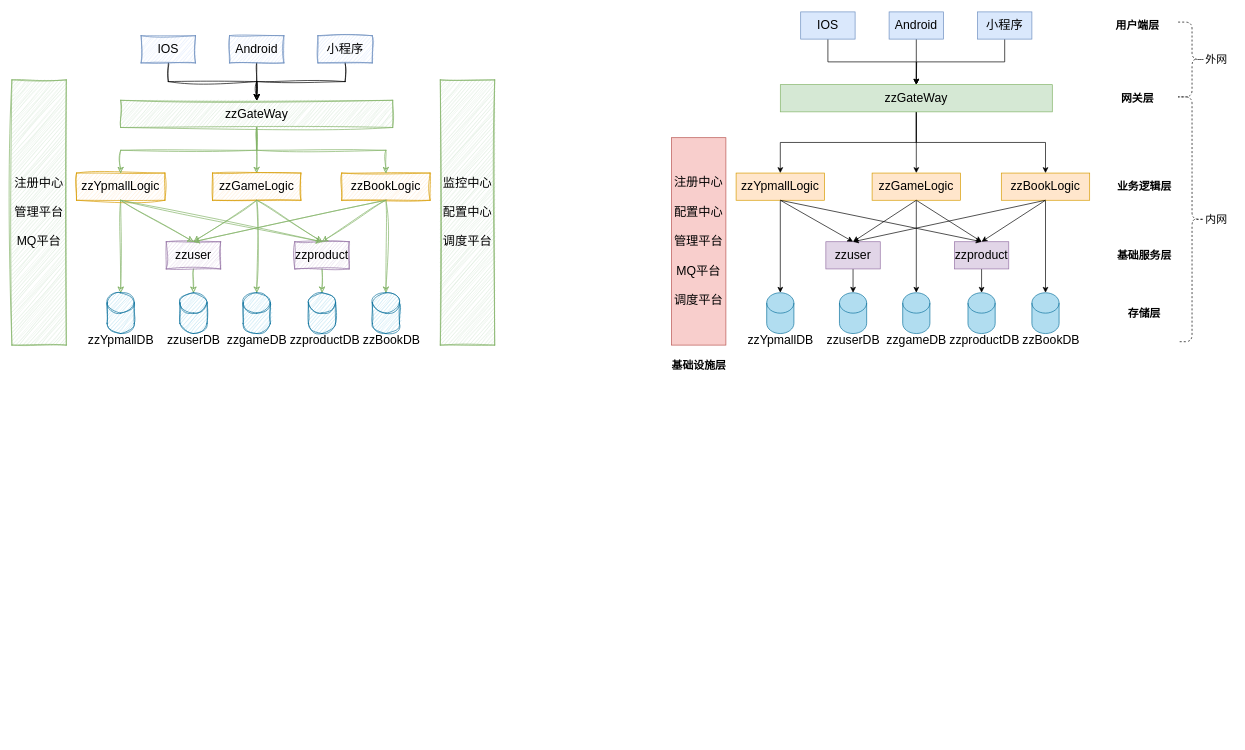
Earlier version of the draw.io diagram personal/duyunjie/系统架构.drawio (zhuanzhuan-tech/arch-draw-io). Source tidied: cells renumbered, new cells numbered last; positions are measured from the earlier drawing's top-left corner, leaving out a move shared by most shapes. Both pictures are drawn from the tidied source at 68%, with x=0, y=0 at pixel (12, 12).
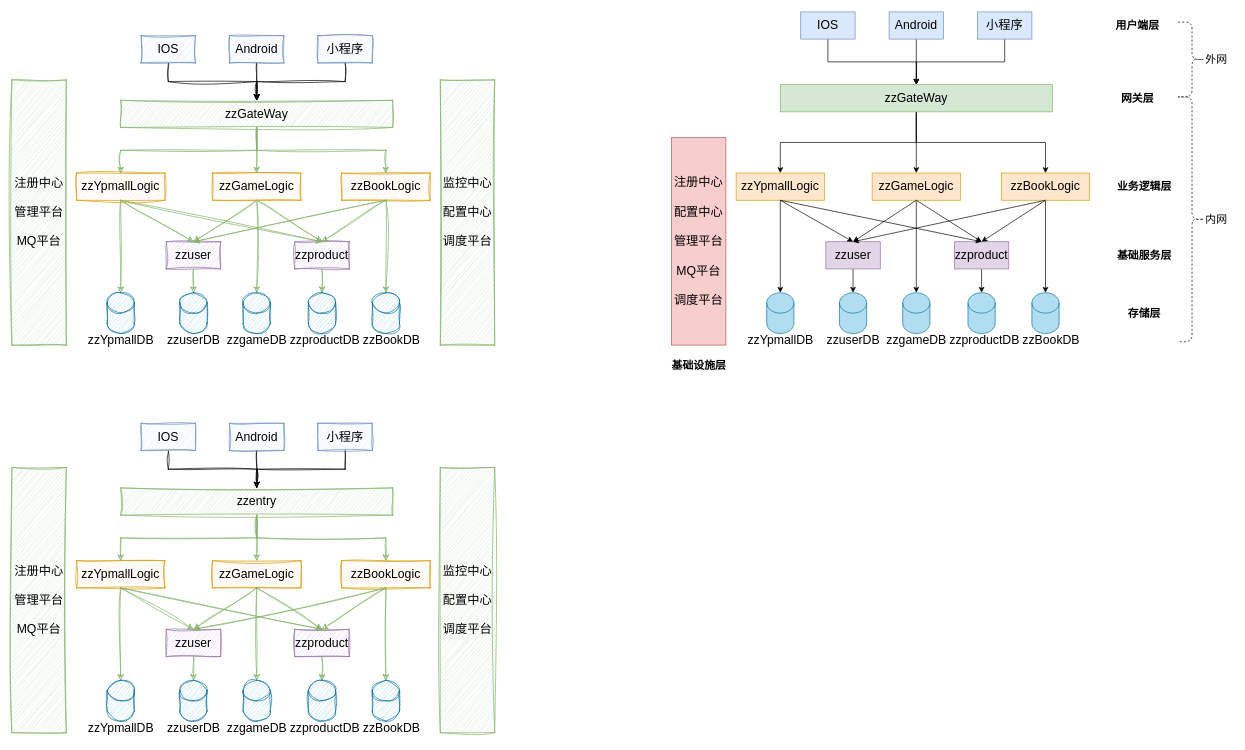
After the change.

Commit message:
更新系统架构.drawio

Diff of the diagram source:
```diff
@@
+    <mxCell id="87" style="edgeStyle=orthogonalEdgeStyle;rounded=0;jettySize=auto;html=1;exitX=0.5;exitY=1;exitDx=0;exitDy=0;entryX=0.5;entryY=0;entryDx=0;entryDy=0;sketch=1;curveFitting=1;jiggle=2;" parent="1" edge="1" source="88" target="118">
+      <mxGeometry relative="1" as="geometry" />
+    </mxCell>
+    <mxCell id="88" value="&lt;font style=&quot;font-size: 18px&quot;&gt;IOS&lt;/font&gt;" style="rounded=0;whiteSpace=wrap;html=1;fillColor=#dae8fc;strokeColor=#6c8ebf;sketch=1;curveFitting=1;jiggle=2;" parent="1" vertex="1">
+      <mxGeometry x="190" y="605" width="80" height="40" as="geometry" />
+    </mxCell>
+    <mxCell id="89" style="edgeStyle=orthogonalEdgeStyle;rounded=0;jettySize=auto;html=1;exitX=0.5;exitY=1;exitDx=0;exitDy=0;entryX=0.5;entryY=0;entryDx=0;entryDy=0;sketch=1;curveFitting=1;jiggle=2;" parent="1" edge="1" source="90" target="118">
+      <mxGeometry relative="1" as="geometry" />
+    </mxCell>
+    <mxCell id="90" value="&lt;font style=&quot;font-size: 18px&quot;&gt;Android&lt;/font&gt;" style="rounded=0;whiteSpace=wrap;html=1;fillColor=#dae8fc;strokeColor=#6c8ebf;sketch=1;curveFitting=1;jiggle=2;" parent="1" vertex="1">
+      <mxGeometry x="320" y="605" width="80" height="40" as="geometry" />
+    </mxCell>
+    <mxCell id="91" style="edgeStyle=orthogonalEdgeStyle;rounded=0;jettySize=auto;html=1;exitX=0.5;exitY=1;exitDx=0;exitDy=0;sketch=1;curveFitting=1;jiggle=2;" parent="1" edge="1" source="92">
+      <mxGeometry relative="1" as="geometry">
+        <mxPoint x="360" y="700" as="targetPoint" />
+      </mxGeometry>
+    </mxCell>
+    <mxCell id="92" value="&lt;span style=&quot;font-size: 18px&quot;&gt;小程序&lt;/span&gt;" style="rounded=0;whiteSpace=wrap;html=1;fillColor=#dae8fc;strokeColor=#6c8ebf;sketch=1;curveFitting=1;jiggle=2;" parent="1" vertex="1">
+      <mxGeometry x="450" y="605" width="80" height="40" as="geometry" />
+    </mxCell>
+    <mxCell id="93" style="edgeStyle=orthogonalEdgeStyle;rounded=0;jettySize=auto;html=1;exitX=0.5;exitY=1;exitDx=0;exitDy=0;entryX=0.5;entryY=0;entryDx=0;entryDy=0;entryPerimeter=0;fontSize=18;sketch=1;curveFitting=1;jiggle=2;fillColor=#d5e8d4;strokeColor=#82b366;" parent="1" edge="1" source="94" target="101">
+      <mxGeometry relative="1" as="geometry" />
+    </mxCell>
+    <mxCell id="94" value="&lt;font style=&quot;font-size: 18px&quot;&gt;zzYpmallLogic&lt;/font&gt;" style="rounded=0;whiteSpace=wrap;html=1;fillColor=#ffe6cc;strokeColor=#d79b00;sketch=1;curveFitting=1;jiggle=2;" parent="1" vertex="1">
+      <mxGeometry x="95" y="807" width="130" height="40" as="geometry" />
+    </mxCell>
+    <mxCell id="95" style="edgeStyle=orthogonalEdgeStyle;rounded=0;jettySize=auto;html=1;exitX=0.5;exitY=1;exitDx=0;exitDy=0;entryX=0.5;entryY=0;entryDx=0;entryDy=0;entryPerimeter=0;fontSize=18;sketch=1;curveFitting=1;jiggle=2;fillColor=#d5e8d4;strokeColor=#82b366;" parent="1" edge="1" source="96" target="107">
+      <mxGeometry relative="1" as="geometry" />
+    </mxCell>
+    <mxCell id="96" value="&lt;font style=&quot;font-size: 18px&quot;&gt;zzBookLogic&lt;/font&gt;" style="rounded=0;whiteSpace=wrap;html=1;fillColor=#ffe6cc;strokeColor=#d79b00;sketch=1;curveFitting=1;jiggle=2;" parent="1" vertex="1">
+      <mxGeometry x="485" y="807" width="130" height="40" as="geometry" />
+    </mxCell>
+    <mxCell id="97" style="edgeStyle=orthogonalEdgeStyle;rounded=0;jettySize=auto;html=1;exitX=0.5;exitY=1;exitDx=0;exitDy=0;entryX=0.5;entryY=0;entryDx=0;entryDy=0;entryPerimeter=0;fontSize=18;sketch=1;curveFitting=1;jiggle=2;fillColor=#d5e8d4;strokeColor=#82b366;" parent="1" edge="1" source="98" target="103">
+      <mxGeometry relative="1" as="geometry" />
+    </mxCell>
+    <mxCell id="98" value="&lt;font style=&quot;font-size: 18px&quot;&gt;zzuser&lt;/font&gt;" style="rounded=0;whiteSpace=wrap;html=1;fillColor=#e1d5e7;strokeColor=#9673a6;sketch=1;curveFitting=1;jiggle=2;" parent="1" vertex="1">
+      <mxGeometry x="227" y="908" width="80" height="40" as="geometry" />
+    </mxCell>
+    <mxCell id="99" style="edgeStyle=orthogonalEdgeStyle;rounded=0;jettySize=auto;html=1;exitX=0.5;exitY=1;exitDx=0;exitDy=0;entryX=0.5;entryY=0;entryDx=0;entryDy=0;entryPerimeter=0;fontSize=18;sketch=1;curveFitting=1;jiggle=2;fillColor=#d5e8d4;strokeColor=#82b366;" parent="1" edge="1" source="100" target="105">
+      <mxGeometry relative="1" as="geometry" />
+    </mxCell>
+    <mxCell id="100" value="&lt;font style=&quot;font-size: 18px&quot;&gt;zzproduct&lt;/font&gt;" style="rounded=0;whiteSpace=wrap;html=1;fillColor=#e1d5e7;strokeColor=#9673a6;sketch=1;curveFitting=1;jiggle=2;" parent="1" vertex="1">
+      <mxGeometry x="416" y="908" width="80" height="40" as="geometry" />
+    </mxCell>
+    <mxCell id="101" style="shape=cylinder3;whiteSpace=wrap;html=1;boundedLbl=1;backgroundOutline=1;size=15;fontSize=18;fillColor=#b1ddf0;strokeColor=#10739e;sketch=1;curveFitting=1;jiggle=2;" parent="1" vertex="1">
+      <mxGeometry x="140" y="983" width="40" height="60" as="geometry" />
+    </mxCell>
+    <mxCell id="102" value="zzYpmallDB" style="text;html=1;align=center;verticalAlign=middle;strokeColor=none;fillColor=none;fontSize=18;sketch=1;curveFitting=1;jiggle=2;" parent="1" vertex="1">
+      <mxGeometry x="105" y="1038" width="110" height="30" as="geometry" />
+    </mxCell>
+    <mxCell id="103" style="shape=cylinder3;whiteSpace=wrap;html=1;boundedLbl=1;backgroundOutline=1;size=15;fontSize=18;fillColor=#b1ddf0;strokeColor=#10739e;sketch=1;curveFitting=1;jiggle=2;" parent="1" vertex="1">
+      <mxGeometry x="247" y="983" width="40" height="60" as="geometry" />
+    </mxCell>
+    <mxCell id="104" value="zzuserDB" style="text;html=1;align=center;verticalAlign=middle;strokeColor=none;fillColor=none;fontSize=18;sketch=1;curveFitting=1;jiggle=2;" parent="1" vertex="1">
+      <mxGeometry x="222" y="1038" width="90" height="30" as="geometry" />
+    </mxCell>
+    <mxCell id="105" style="shape=cylinder3;whiteSpace=wrap;html=1;boundedLbl=1;backgroundOutline=1;size=15;fontSize=18;fillColor=#b1ddf0;strokeColor=#10739e;sketch=1;curveFitting=1;jiggle=2;" parent="1" vertex="1">
+      <mxGeometry x="436" y="983" width="40" height="60" as="geometry" />
+    </mxCell>
+    <mxCell id="106" value="zzproductDB" style="text;html=1;align=center;verticalAlign=middle;strokeColor=none;fillColor=none;fontSize=18;sketch=1;curveFitting=1;jiggle=2;" parent="1" vertex="1">
+      <mxGeometry x="400" y="1038" width="120" height="30" as="geometry" />
+    </mxCell>
+    <mxCell id="107" style="shape=cylinder3;whiteSpace=wrap;html=1;boundedLbl=1;backgroundOutline=1;size=15;fontSize=18;fillColor=#b1ddf0;strokeColor=#10739e;sketch=1;curveFitting=1;jiggle=2;" parent="1" vertex="1">
+      <mxGeometry x="530" y="983" width="40" height="60" as="geometry" />
+    </mxCell>
+    <mxCell id="108" value="zzBookDB" style="text;html=1;align=center;verticalAlign=middle;strokeColor=none;fillColor=none;fontSize=18;sketch=1;curveFitting=1;jiggle=2;" parent="1" vertex="1">
+      <mxGeometry x="508" y="1038" width="100" height="30" as="geometry" />
+    </mxCell>
+    <mxCell id="109" value="&lt;span style=&quot;font-size: 18px&quot;&gt;注册中心&lt;br&gt;&lt;br&gt;管理平台&lt;br&gt;&lt;br&gt;MQ平台&lt;br&gt;&lt;/span&gt;" style="rounded=0;whiteSpace=wrap;html=1;fillColor=#d5e8d4;strokeColor=#82b366;sketch=1;curveFitting=1;jiggle=2;" parent="1" vertex="1">
+      <mxGeometry y="670" width="80" height="390" as="geometry" />
+    </mxCell>
+    <mxCell id="110" value="&lt;span style=&quot;font-size: 18px&quot;&gt;监控中心&lt;br&gt;&lt;br&gt;配置中心&lt;br&gt;&lt;br&gt;调度平台&lt;br&gt;&lt;/span&gt;" style="rounded=0;whiteSpace=wrap;html=1;fillColor=#d5e8d4;strokeColor=#82b366;sketch=1;curveFitting=1;jiggle=2;" parent="1" vertex="1">
+      <mxGeometry x="630" y="670" width="80" height="390" as="geometry" />
+    </mxCell>
+    <mxCell id="111" style="endArrow=classic;html=1;rounded=0;fontSize=18;exitX=0.5;exitY=1;exitDx=0;exitDy=0;entryX=0.5;entryY=0;entryDx=0;entryDy=0;sketch=1;curveFitting=1;jiggle=2;fillColor=#d5e8d4;strokeColor=#82b366;" parent="1" edge="1" source="94" target="98">
+      <mxGeometry relative="1" as="geometry" />
+    </mxCell>
+    <mxCell id="112" style="endArrow=classic;html=1;rounded=0;fontSize=18;exitX=0.5;exitY=1;exitDx=0;exitDy=0;entryX=0.5;entryY=0;entryDx=0;entryDy=0;sketch=1;curveFitting=1;jiggle=2;fillColor=#d5e8d4;strokeColor=#82b366;" parent="1" edge="1" source="94" target="100">
+      <mxGeometry relative="1" as="geometry" />
+    </mxCell>
+    <mxCell id="113" style="endArrow=classic;html=1;rounded=0;fontSize=18;exitX=0.5;exitY=1;exitDx=0;exitDy=0;entryX=0.5;entryY=0;entryDx=0;entryDy=0;sketch=1;curveFitting=1;jiggle=2;fillColor=#d5e8d4;strokeColor=#82b366;" parent="1" edge="1" source="96" target="100">
+      <mxGeometry relative="1" as="geometry" />
+    </mxCell>
+    <mxCell id="114" style="endArrow=classic;html=1;rounded=0;fontSize=18;exitX=0.5;exitY=1;exitDx=0;exitDy=0;entryX=0.5;entryY=0;entryDx=0;entryDy=0;sketch=1;curveFitting=1;jiggle=2;fillColor=#d5e8d4;strokeColor=#82b366;" parent="1" edge="1" source="96" target="98">
+      <mxGeometry relative="1" as="geometry" />
+    </mxCell>
+    <mxCell id="115" style="edgeStyle=orthogonalEdgeStyle;rounded=0;jettySize=auto;html=1;exitX=0.5;exitY=1;exitDx=0;exitDy=0;fontSize=18;sketch=1;curveFitting=1;jiggle=2;fillColor=#d5e8d4;strokeColor=#82b366;" parent="1" edge="1" source="118" target="120">
+      <mxGeometry relative="1" as="geometry" />
+    </mxCell>
+    <mxCell id="116" style="edgeStyle=orthogonalEdgeStyle;rounded=0;jettySize=auto;html=1;exitX=0.5;exitY=1;exitDx=0;exitDy=0;entryX=0.5;entryY=0;entryDx=0;entryDy=0;sketch=1;curveFitting=1;jiggle=2;fillColor=#d5e8d4;strokeColor=#82b366;" parent="1" edge="1" source="118" target="94">
+      <mxGeometry relative="1" as="geometry" />
+    </mxCell>
+    <mxCell id="117" style="edgeStyle=orthogonalEdgeStyle;rounded=0;jettySize=auto;html=1;exitX=0.5;exitY=1;exitDx=0;exitDy=0;entryX=0.5;entryY=0;entryDx=0;entryDy=0;sketch=1;curveFitting=1;jiggle=2;fillColor=#d5e8d4;strokeColor=#82b366;" parent="1" edge="1" source="118" target="96">
+      <mxGeometry relative="1" as="geometry" />
+    </mxCell>
+    <mxCell id="118" value="&lt;font style=&quot;font-size: 18px&quot;&gt;zzentry&lt;/font&gt;" style="rounded=0;whiteSpace=wrap;html=1;fillColor=#d5e8d4;strokeColor=#82b366;sketch=1;curveFitting=1;jiggle=2;" parent="1" vertex="1">
+      <mxGeometry x="160" y="700" width="400" height="40" as="geometry" />
+    </mxCell>
+    <mxCell id="119" style="edgeStyle=orthogonalEdgeStyle;rounded=0;jettySize=auto;html=1;exitX=0.5;exitY=1;exitDx=0;exitDy=0;entryX=0.5;entryY=0;entryDx=0;entryDy=0;entryPerimeter=0;sketch=1;curveFitting=1;jiggle=2;fillColor=#d5e8d4;strokeColor=#82b366;" parent="1" edge="1" source="120" target="121">
+      <mxGeometry relative="1" as="geometry" />
+    </mxCell>
+    <mxCell id="120" value="&lt;font style=&quot;font-size: 18px&quot;&gt;zzGameLogic&lt;/font&gt;" style="rounded=0;whiteSpace=wrap;html=1;fillColor=#ffe6cc;strokeColor=#d79b00;sketch=1;curveFitting=1;jiggle=2;" parent="1" vertex="1">
+      <mxGeometry x="295" y="807" width="130" height="40" as="geometry" />
+    </mxCell>
+    <mxCell id="121" style="shape=cylinder3;whiteSpace=wrap;html=1;boundedLbl=1;backgroundOutline=1;size=15;fontSize=18;fillColor=#b1ddf0;strokeColor=#10739e;sketch=1;curveFitting=1;jiggle=2;" parent="1" vertex="1">
+      <mxGeometry x="340" y="983" width="40" height="60" as="geometry" />
+    </mxCell>
+    <mxCell id="122" value="zzgameDB" style="text;html=1;align=center;verticalAlign=middle;strokeColor=none;fillColor=none;fontSize=18;sketch=1;curveFitting=1;jiggle=2;" parent="1" vertex="1">
+      <mxGeometry x="310" y="1038" width="100" height="30" as="geometry" />
+    </mxCell>
+    <mxCell id="123" style="endArrow=classic;html=1;rounded=0;fontSize=18;exitX=0.5;exitY=1;exitDx=0;exitDy=0;entryX=0.5;entryY=0;entryDx=0;entryDy=0;sketch=1;curveFitting=1;jiggle=2;fillColor=#d5e8d4;strokeColor=#82b366;" parent="1" edge="1" source="120" target="100">
+      <mxGeometry relative="1" as="geometry" />
+    </mxCell>
+    <mxCell id="124" style="endArrow=classic;html=1;rounded=0;fontSize=18;exitX=0.5;exitY=1;exitDx=0;exitDy=0;entryX=0.5;entryY=0;entryDx=0;entryDy=0;sketch=1;curveFitting=1;jiggle=2;fillColor=#d5e8d4;strokeColor=#82b366;" parent="1" edge="1" source="120" target="98">
+      <mxGeometry relative="1" as="geometry" />
+    </mxCell>
```
